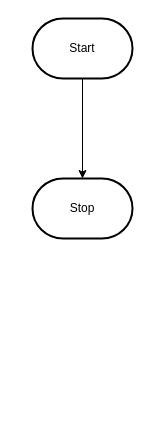
Before: design/flowchart.drawio in MTHS-ICS2O-2-2022/ICS2O-Assignment-06-Yuri-Gabutero24, a draw.io diagram. Source tidied: cells renumbered, new cells numbered last; positions are measured from the earlier drawing's top-left corner, leaving out a move shared by most shapes. Both pictures are drawn from the tidied source at 100%, with x=0, y=0 at pixel (32, 18).
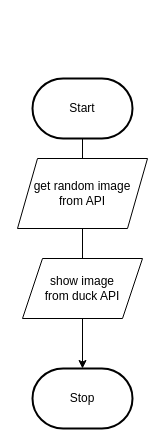
Above is the later version.

What changed in the source:
```diff
@@
 <mxGraphModel>
   <root>
     <mxCell id="0" />
     <mxCell id="1" parent="0" />
-    <mxCell id="2" style="edgeStyle=orthogonalEdgeStyle;html=1;rounded=0;" parent="1" edge="1" source="3" target="4">
+    <mxCell id="2" style="edgeStyle=orthogonalEdgeStyle;html=1;rounded=0;startArrow=none;" parent="1" edge="1" source="6" target="4">
       <mxGeometry relative="1" as="geometry" />
     </mxCell>
     <mxCell id="3" value="Start" style="strokeWidth=2;html=1;shape=mxgraph.flowchart.terminator;whiteSpace=wrap;" parent="1" vertex="1">
-      <mxGeometry width="100" height="60" as="geometry" />
+      <mxGeometry y="60" width="100" height="60" as="geometry" />
     </mxCell>
     <mxCell id="4" value="Stop" style="strokeWidth=2;html=1;shape=mxgraph.flowchart.terminator;whiteSpace=wrap;" parent="1" vertex="1">
-      <mxGeometry y="160" width="100" height="60" as="geometry" />
+      <mxGeometry y="350" width="100" height="60" as="geometry" />
     </mxCell>
+    <mxCell id="5" style="edgeStyle=orthogonalEdgeStyle;html=1;rounded=0;endArrow=none;startArrow=none;" parent="1" edge="1" source="8" target="6">
+      <mxGeometry relative="1" as="geometry" />
+    </mxCell>
+    <mxCell id="6" value="show image&lt;br&gt;from duck API" style="shape=parallelogram;perimeter=parallelogramPerimeter;whiteSpace=wrap;html=1;fixedSize=1;" parent="1" vertex="1">
+      <mxGeometry x="-10" y="240" width="120" height="60" as="geometry" />
+    </mxCell>
+    <mxCell id="7" style="edgeStyle=orthogonalEdgeStyle;html=1;rounded=0;endArrow=none;" parent="1" edge="1" source="3" target="8">
+      <mxGeometry relative="1" as="geometry" />
+    </mxCell>
+    <mxCell id="8" value="get random image&lt;br&gt;from API" style="shape=parallelogram;perimeter=parallelogramPerimeter;whiteSpace=wrap;html=1;fixedSize=1;" parent="1" vertex="1">
+      <mxGeometry x="-15" y="140" width="130" height="70" as="geometry" />
+    </mxCell>
   </root>
 </mxGraphModel>
```
